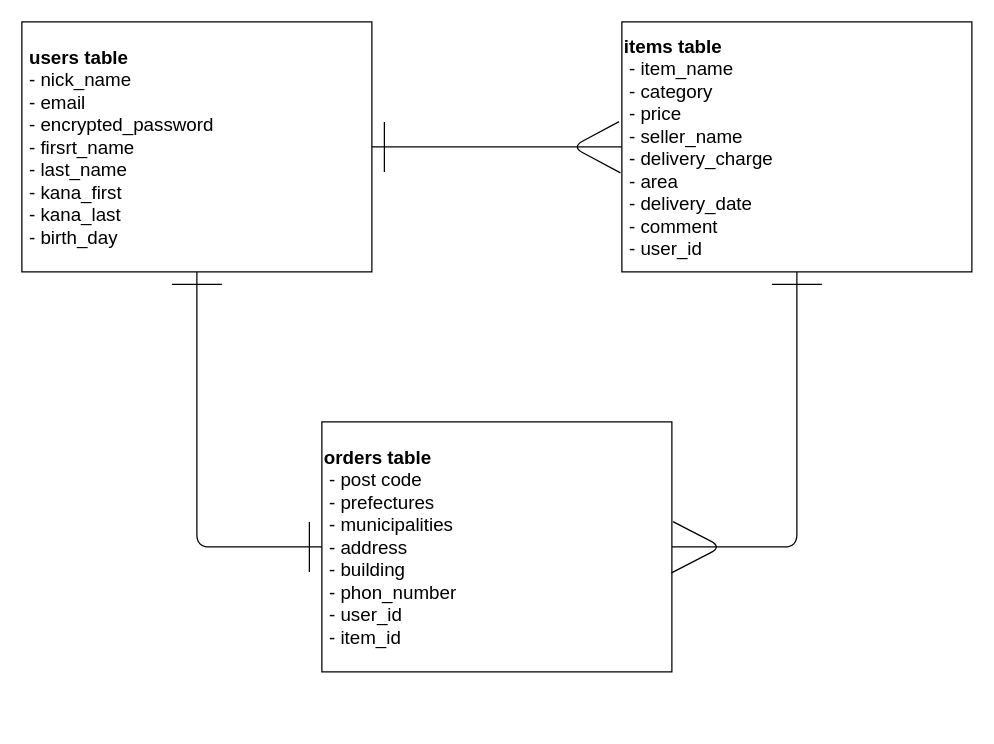
The draw.io diagram furima.dio in ardbeg1815/furima-37934, before the edit. Source tidied: cells renumbered, new cells numbered last; positions are measured from the earlier drawing's top-left corner, leaving out a move shared by most shapes. Both pictures are drawn from the tidied source at 125%, with x=0, y=0 at pixel (21, 21).
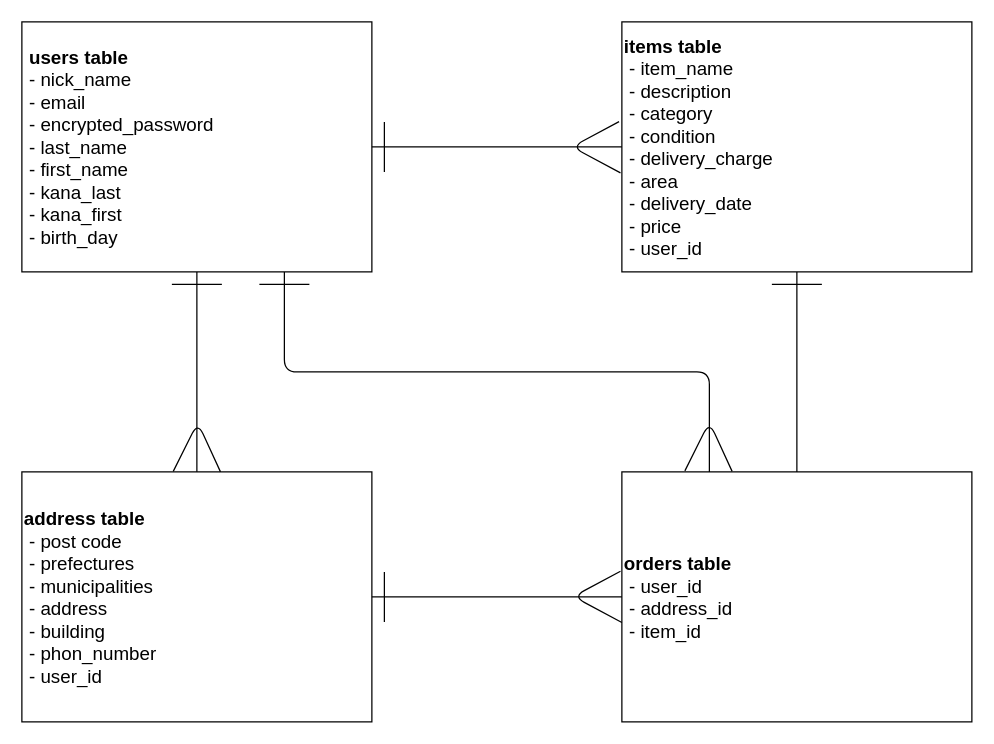
After the change.

Commit message (it also covers changes not shown here):
データベース修正

What changed in the source:
```diff
@@
-    <mxCell id="2" value="&lt;b style=&quot;font-size: 15px&quot;&gt;orders table&lt;/b&gt;&lt;br style=&quot;font-size: 15px&quot;&gt;&amp;nbsp;- post code&lt;br style=&quot;font-size: 15px&quot;&gt;&amp;nbsp;- prefectures&lt;br style=&quot;font-size: 15px&quot;&gt;&amp;nbsp;- municipalities&lt;br style=&quot;font-size: 15px&quot;&gt;&amp;nbsp;- address&lt;br style=&quot;font-size: 15px&quot;&gt;&amp;nbsp;- building&lt;br style=&quot;font-size: 15px&quot;&gt;&amp;nbsp;- phon_number&lt;br&gt;&amp;nbsp;- user_id&lt;br&gt;&amp;nbsp;- item_id" style="whiteSpace=wrap;html=1;align=left;fontSize=15;" parent="1" vertex="1">
-      <mxGeometry x="240" y="320" width="280" height="200" as="geometry" />
+    <mxCell id="2" value="&lt;b style=&quot;font-size: 15px&quot;&gt;orders table&lt;/b&gt;&lt;br style=&quot;font-size: 15px&quot;&gt;&amp;nbsp;- user_id&lt;br&gt;&amp;nbsp;- address_id&lt;br&gt;&amp;nbsp;- item_id" style="whiteSpace=wrap;html=1;align=left;fontSize=15;" parent="1" vertex="1">
+      <mxGeometry x="480" y="360" width="280" height="200" as="geometry" />
     </mxCell>
-    <mxCell id="3" value="&lt;b style=&quot;font-size: 15px;&quot;&gt;items table&lt;/b&gt;&lt;br style=&quot;font-size: 15px;&quot;&gt;&amp;nbsp;- item_name&lt;br style=&quot;font-size: 15px;&quot;&gt;&amp;nbsp;- category&lt;br style=&quot;font-size: 15px;&quot;&gt;&amp;nbsp;- price&lt;br style=&quot;font-size: 15px;&quot;&gt;&amp;nbsp;- seller_name&lt;br style=&quot;font-size: 15px;&quot;&gt;&amp;nbsp;- delivery_charge&lt;br style=&quot;font-size: 15px;&quot;&gt;&amp;nbsp;- area&lt;br style=&quot;font-size: 15px;&quot;&gt;&amp;nbsp;- delivery_date&lt;br style=&quot;font-size: 15px;&quot;&gt;&amp;nbsp;- comment&lt;br style=&quot;font-size: 15px;&quot;&gt;&amp;nbsp;- user_id" style="whiteSpace=wrap;html=1;align=left;fontSize=15;" parent="1" vertex="1">
+    <mxCell id="3" value="&lt;b style=&quot;font-size: 15px&quot;&gt;items table&lt;/b&gt;&lt;br style=&quot;font-size: 15px&quot;&gt;&amp;nbsp;- item_name&lt;br&gt;&amp;nbsp;- description&lt;br style=&quot;font-size: 15px&quot;&gt;&amp;nbsp;- category&lt;br&gt;&amp;nbsp;- condition&lt;br&gt;&amp;nbsp;- delivery_charge&lt;br style=&quot;font-size: 15px&quot;&gt;&amp;nbsp;- area&lt;br style=&quot;font-size: 15px&quot;&gt;&amp;nbsp;- delivery_date&lt;br style=&quot;font-size: 15px&quot;&gt;&amp;nbsp;- price&lt;br style=&quot;font-size: 15px&quot;&gt;&amp;nbsp;- user_id" style="whiteSpace=wrap;html=1;align=left;fontSize=15;" parent="1" vertex="1">
       <mxGeometry x="480" width="280" height="200" as="geometry" />
     </mxCell>
-    <mxCell id="4" value="&amp;nbsp;&lt;b style=&quot;font-size: 15px;&quot;&gt;users table&lt;/b&gt;&lt;br style=&quot;font-size: 15px;&quot;&gt;&amp;nbsp;- nick_name&lt;br style=&quot;font-size: 15px;&quot;&gt;&amp;nbsp;- email&lt;br style=&quot;font-size: 15px;&quot;&gt;&amp;nbsp;- encrypted_password&lt;br style=&quot;font-size: 15px;&quot;&gt;&amp;nbsp;- firsrt_name&lt;br style=&quot;font-size: 15px;&quot;&gt;&amp;nbsp;- last_name&lt;br style=&quot;font-size: 15px;&quot;&gt;&amp;nbsp;- kana_first&lt;br style=&quot;font-size: 15px;&quot;&gt;&amp;nbsp;- kana_last&lt;br style=&quot;font-size: 15px;&quot;&gt;&amp;nbsp;- birth_day" style="whiteSpace=wrap;html=1;align=left;fontSize=15;" parent="1" vertex="1">
+    <mxCell id="4" value="&amp;nbsp;&lt;b style=&quot;font-size: 15px&quot;&gt;users table&lt;/b&gt;&lt;br style=&quot;font-size: 15px&quot;&gt;&amp;nbsp;- nick_name&lt;br style=&quot;font-size: 15px&quot;&gt;&amp;nbsp;- email&lt;br style=&quot;font-size: 15px&quot;&gt;&amp;nbsp;- encrypted_password&lt;br style=&quot;font-size: 15px&quot;&gt;&amp;nbsp;- last_name&lt;br style=&quot;font-size: 15px&quot;&gt;&amp;nbsp;- first_name&lt;br style=&quot;font-size: 15px&quot;&gt;&amp;nbsp;- kana_last&lt;br style=&quot;font-size: 15px&quot;&gt;&amp;nbsp;- kana_first&lt;br style=&quot;font-size: 15px&quot;&gt;&amp;nbsp;- birth_day" style="whiteSpace=wrap;html=1;align=left;fontSize=15;" parent="1" vertex="1">
       <mxGeometry width="280" height="200" as="geometry" />
     </mxCell>
@@
-    <mxCell id="6" style="endArrow=none;html=1;fontSize=15;exitX=0;exitY=0.5;exitDx=0;exitDy=0;entryX=0.5;entryY=1;entryDx=0;entryDy=0;" parent="1" edge="1" source="2" target="4">
-      <mxGeometry relative="1" as="geometry">
-        <Array as="points">
-          <mxPoint x="140" y="420" />
-        </Array>
-      </mxGeometry>
-    </mxCell>
-    <mxCell id="7" style="endArrow=none;html=1;fontSize=15;entryX=0.5;entryY=1;entryDx=0;entryDy=0;entryPerimeter=0;exitX=1;exitY=0.5;exitDx=0;exitDy=0;" parent="1" edge="1" source="2" target="3">
-      <mxGeometry relative="1" as="geometry">
-        <Array as="points">
-          <mxPoint x="620" y="420" />
-        </Array>
-      </mxGeometry>
-    </mxCell>
@@
-    <mxCell id="9" style="endArrow=none;html=1;fontSize=15;exitX=0.999;exitY=0.604;exitDx=0;exitDy=0;exitPerimeter=0;entryX=1.003;entryY=0.399;entryDx=0;entryDy=0;entryPerimeter=0;" parent="1" edge="1" source="2" target="2">
-      <mxGeometry relative="1" as="geometry">
-        <Array as="points">
-          <mxPoint x="560" y="420" />
-        </Array>
-      </mxGeometry>
-    </mxCell>
@@
-    <mxCell id="11" style="endArrow=none;html=1;fontSize=15;" parent="1" edge="1">
+    <mxCell id="11" style="endArrow=none;html=1;fontSize=15;entryX=0.5;entryY=0;entryDx=0;entryDy=0;exitX=0.5;exitY=1;exitDx=0;exitDy=0;" parent="1" edge="1" source="4" target="14">
       <mxGeometry relative="1" as="geometry">
-        <mxPoint x="230" y="400" as="sourcePoint" />
-        <mxPoint x="230" y="440" as="targetPoint" />
+        <Array as="points">
+          <mxPoint x="140" y="280" />
+        </Array>
       </mxGeometry>
     </mxCell>
@@
+    <mxCell id="14" value="&lt;b style=&quot;font-size: 15px&quot;&gt;address table&lt;/b&gt;&lt;br style=&quot;font-size: 15px&quot;&gt;&amp;nbsp;- post code&lt;br style=&quot;font-size: 15px&quot;&gt;&amp;nbsp;- prefectures&lt;br style=&quot;font-size: 15px&quot;&gt;&amp;nbsp;- municipalities&lt;br style=&quot;font-size: 15px&quot;&gt;&amp;nbsp;- address&lt;br style=&quot;font-size: 15px&quot;&gt;&amp;nbsp;- building&lt;br style=&quot;font-size: 15px&quot;&gt;&amp;nbsp;- phon_number&lt;br&gt;&amp;nbsp;- user_id" style="whiteSpace=wrap;html=1;align=left;fontSize=15;" parent="1" vertex="1">
+      <mxGeometry y="360" width="280" height="200" as="geometry" />
+    </mxCell>
+    <mxCell id="15" style="endArrow=none;html=1;fontSize=15;exitX=0.75;exitY=1;exitDx=0;exitDy=0;entryX=0.25;entryY=0;entryDx=0;entryDy=0;" parent="1" edge="1" source="4" target="2">
+      <mxGeometry relative="1" as="geometry">
+        <Array as="points">
+          <mxPoint x="210" y="280" />
+          <mxPoint x="550" y="280" />
+        </Array>
+      </mxGeometry>
+    </mxCell>
+    <mxCell id="16" style="endArrow=none;html=1;fontSize=15;entryX=0;entryY=0.5;entryDx=0;entryDy=0;exitX=1;exitY=0.5;exitDx=0;exitDy=0;" parent="1" edge="1" source="14" target="2">
+      <mxGeometry relative="1" as="geometry" />
+    </mxCell>
+    <mxCell id="7" style="endArrow=none;html=1;fontSize=15;entryX=0.5;entryY=1;entryDx=0;entryDy=0;exitX=0.5;exitY=0;exitDx=0;exitDy=0;" parent="1" edge="1" source="2" target="3">
+      <mxGeometry relative="1" as="geometry" />
+    </mxCell>
+    <mxCell id="17" style="endArrow=none;html=1;fontSize=15;" parent="1" edge="1">
+      <mxGeometry relative="1" as="geometry">
+        <mxPoint x="190" y="210" as="sourcePoint" />
+        <mxPoint x="230" y="210" as="targetPoint" />
+      </mxGeometry>
+    </mxCell>
+    <mxCell id="9" style="endArrow=none;html=1;fontSize=15;entryX=0.18;entryY=-0.004;entryDx=0;entryDy=0;entryPerimeter=0;exitX=0.315;exitY=-0.002;exitDx=0;exitDy=0;exitPerimeter=0;" parent="1" edge="1" source="2" target="2">
+      <mxGeometry relative="1" as="geometry">
+        <Array as="points">
+          <mxPoint x="550" y="320" />
+        </Array>
+      </mxGeometry>
+    </mxCell>
+    <mxCell id="18" style="endArrow=none;html=1;fontSize=15;entryX=-0.008;entryY=0.399;entryDx=0;entryDy=0;entryPerimeter=0;exitX=-0.004;exitY=0.604;exitDx=0;exitDy=0;exitPerimeter=0;" parent="1" edge="1">
+      <mxGeometry relative="1" as="geometry">
+        <mxPoint x="480" y="480.5" as="sourcePoint" />
+        <mxPoint x="478.9" y="439.5" as="targetPoint" />
+        <Array as="points">
+          <mxPoint x="441.1" y="459.7" />
+        </Array>
+      </mxGeometry>
+    </mxCell>
+    <mxCell id="19" style="endArrow=none;html=1;fontSize=15;entryX=0.18;entryY=-0.004;entryDx=0;entryDy=0;entryPerimeter=0;exitX=0.315;exitY=-0.002;exitDx=0;exitDy=0;exitPerimeter=0;" parent="1" edge="1">
+      <mxGeometry relative="1" as="geometry">
+        <mxPoint x="158.9" y="360" as="sourcePoint" />
+        <mxPoint x="121.1" y="359.6" as="targetPoint" />
+        <Array as="points">
+          <mxPoint x="140.7" y="320.4" />
+        </Array>
+      </mxGeometry>
+    </mxCell>
+    <mxCell id="20" style="endArrow=none;html=1;fontSize=15;" parent="1" edge="1">
+      <mxGeometry relative="1" as="geometry">
+        <mxPoint x="290" y="480" as="sourcePoint" />
+        <mxPoint x="290" y="440" as="targetPoint" />
+      </mxGeometry>
+    </mxCell>
```
